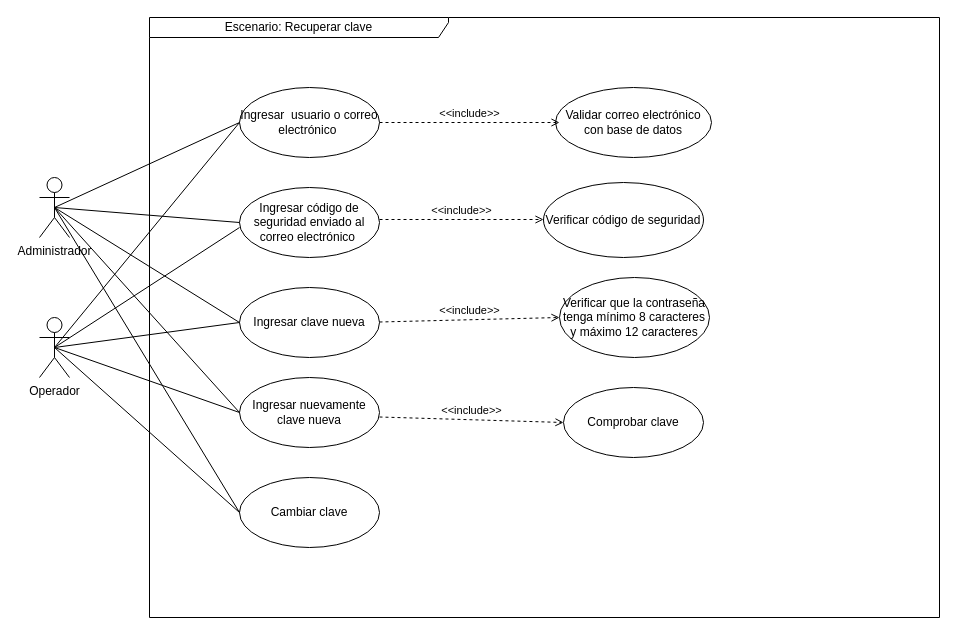
nicasop/PROYECTO_INTEGRADOR_P58 keeps this draw.io diagram as page "Recuperar clave" (16 of 16) of documentacion/Untitled Diagram.drawio. Above is the earlier version. Source tidied: cells renumbered, new cells numbered last; positions are measured from the earlier drawing's top-left corner, leaving out a move shared by most shapes. Both pictures are drawn from the tidied source at 100%, with x=0, y=0 at pixel (39, 17).
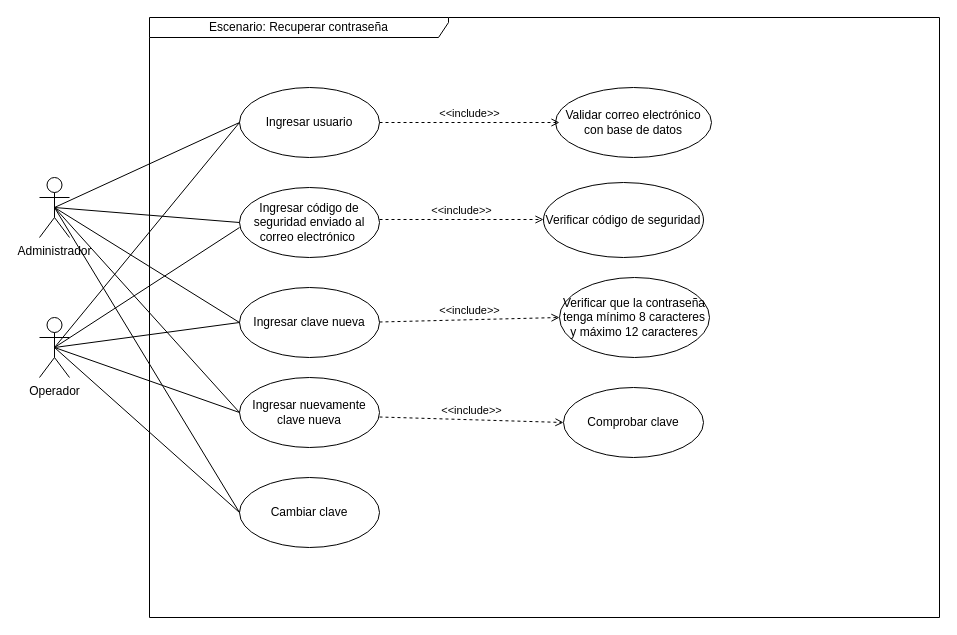
The same page after the edit.

What changed in the source:
```diff
@@
-    <mxCell id="2" value="Escenario: Recuperar clave" style="shape=umlFrame;whiteSpace=wrap;html=1;width=299;height=20;" parent="1" vertex="1">
+    <mxCell id="2" value="Escenario: Recuperar contraseña" style="shape=umlFrame;whiteSpace=wrap;html=1;width=299;height=20;" parent="1" vertex="1">
       <mxGeometry x="110" width="790" height="600" as="geometry" />
     </mxCell>
@@
-    <mxCell id="4" value="Ingresar&amp;nbsp; usuario o correo electrónico&amp;nbsp;" style="ellipse;whiteSpace=wrap;html=1;" parent="1" vertex="1">
+    <mxCell id="4" value="Ingresar usuario" style="ellipse;whiteSpace=wrap;html=1;" parent="1" vertex="1">
       <mxGeometry x="200" y="70" width="140" height="70" as="geometry" />
     </mxCell>
```
